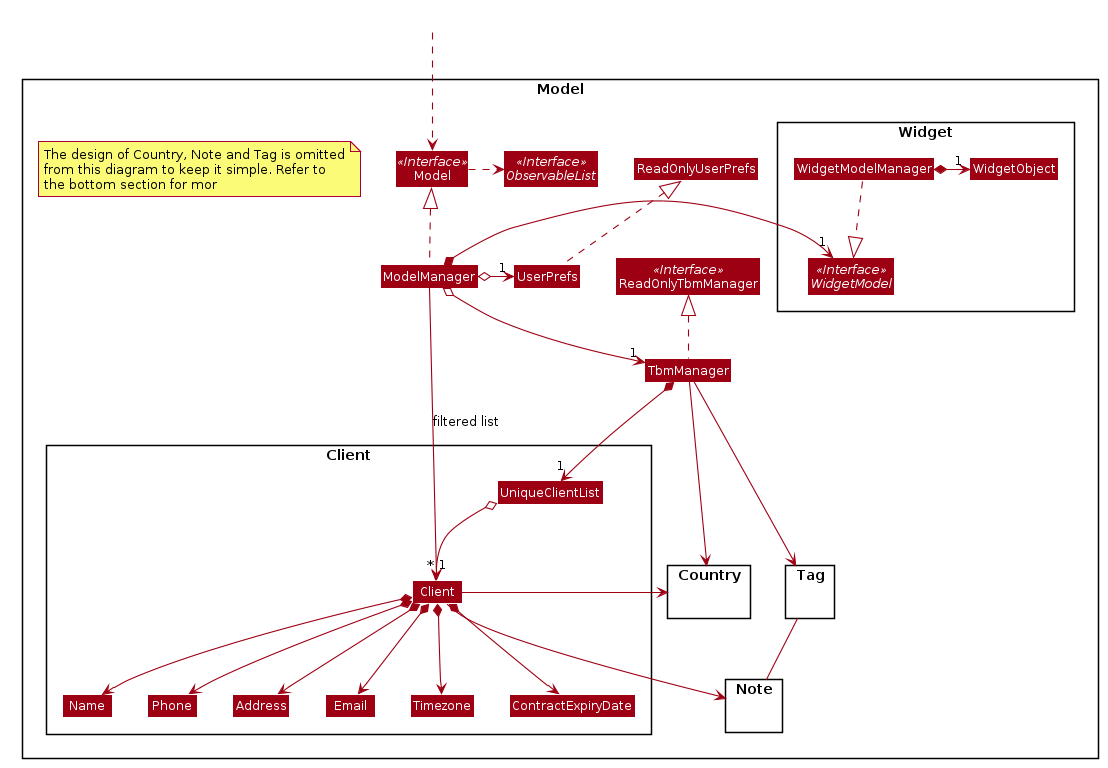
Before: docs/images/ModelClassDiagram.png, a diagram exported from PlantUML (rtshkmr/tp).
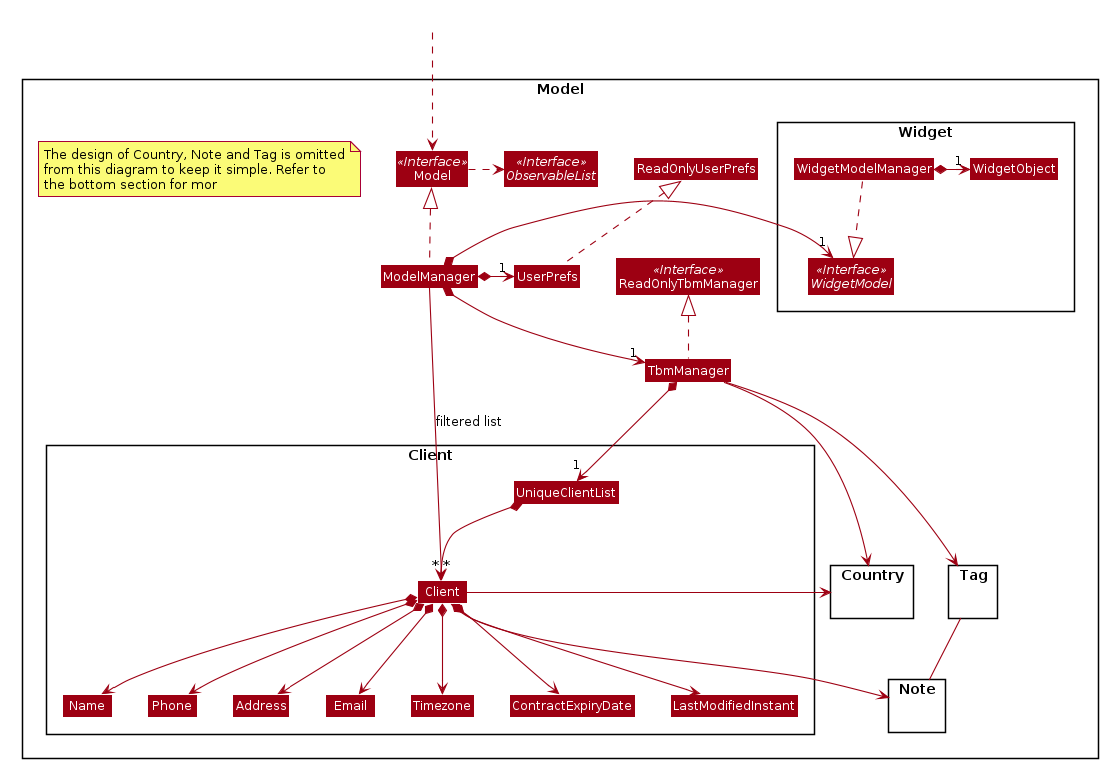
The same file after the commit.

Commit message:
Generate PNG images for PlantUML diagrams

The edit, as a diff of the source:
```diff
@@ -81,6 +81,7 @@
 Class UniqueClientList
 Class ContractExpiryDate
 Class Timezone
+Class LastModifiedInstant
 }
 
 Package Note {
@@ -101,8 +102,8 @@
 
 ModelManager .up.|> Model
 Model .right.> ObservableList
-ModelManager o--> "1" TbmManager
-ModelManager o-left-> "1" UserPrefs
+ModelManager *--> "1" TbmManager
+ModelManager *-left-> "1" UserPrefs
 ModelManager *-right->"1" WidgetModel
 TbmManager -right-> Country
 TbmManager -right-> Tag
@@ -110,13 +111,14 @@
 UserPrefs .up.|> ReadOnlyUserPrefs
 
 TbmManager *--> "1" UniqueClientList
-UniqueClientList o--> "*" Client
+UniqueClientList *--> "*" Client
 Client *--> Name
 Client *--> Phone
 Client *--> Email
 Client *--> Address
 Client *--> ContractExpiryDate
 Client *--> Timezone
+Client *--> LastModifiedInstant
 Client --> Note
 Client -right-> Country
 
@@ -129,5 +131,6 @@
 Phone -[hidden]right-> Address
 Address -[hidden]right-> Email
 
-ModelManager -->"1" Client : filtered list
+ModelManager -->"*" Client : filtered list
+
 @enduml
```
